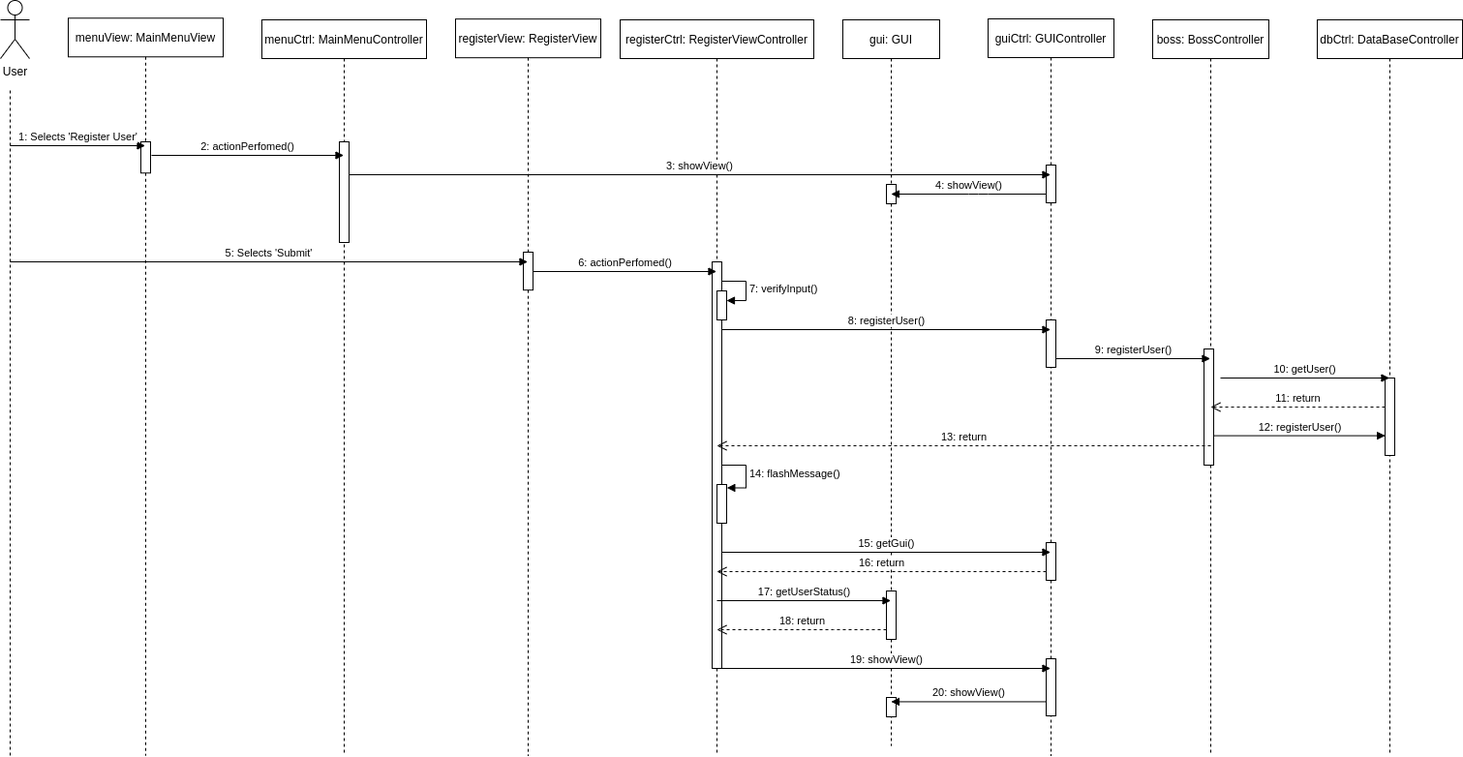
Above: SequenceDiagrams/SequenceRegisterUser.png in mklasby/ENSF_619_PROJECT (draw.io), before the change. Source tidied: cells renumbered, new cells last; positions are measured from the earlier drawing's top-left corner, leaving out a move shared by most shapes.
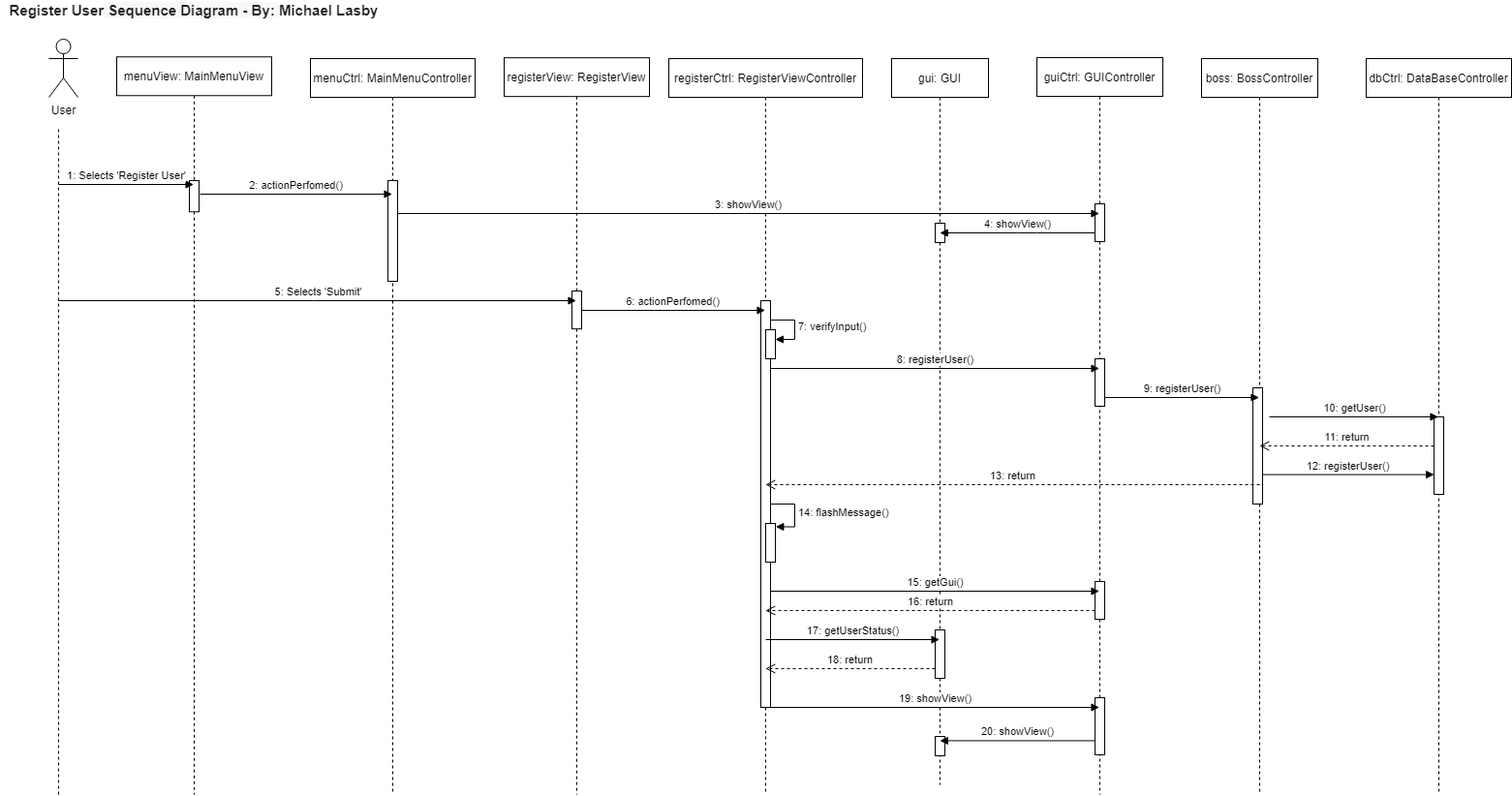
The same diagram one commit later.

Commit message:
Sequence and Concept diagrams updated

Change to the diagram source:
```diff
@@ -189,5 +189,8 @@
     <mxCell id="46" style="html=1;perimeter=orthogonalPerimeter;" parent="1" vertex="1">
       <mxGeometry x="740" y="300" width="10" height="30" as="geometry" />
     </mxCell>
+    <mxCell id="47" value="&lt;b style=&quot;box-sizing: inherit ; color: rgb(29 , 28 , 29) ; font-family: , &amp;#34;applelogo&amp;#34; , sans-serif ; font-size: 15px ; text-align: left ; background-color: rgb(248 , 248 , 248)&quot;&gt;&lt;b style=&quot;box-sizing: inherit ; font-family: , &amp;#34;applelogo&amp;#34; , sans-serif ; background-color: rgb(255 , 255 , 255)&quot;&gt;Register User&lt;/b&gt;&amp;nbsp;Sequence Diagram - By:&amp;nbsp;&lt;/b&gt;&lt;b style=&quot;box-sizing: inherit ; color: rgb(29 , 28 , 29) ; font-family: , &amp;#34;applelogo&amp;#34; , sans-serif ; font-size: 15px ; text-align: left ; background-color: rgb(255 , 255 , 255)&quot;&gt;Michael Lasby&lt;/b&gt;" style="text;html=1;strokeColor=none;fillColor=none;align=center;verticalAlign=middle;whiteSpace=wrap;rounded=0;" parent="1" vertex="1">
+      <mxGeometry x="-50" y="-40" width="400" height="20" as="geometry" />
+    </mxCell>
   </root>
 </mxGraphModel>
```
